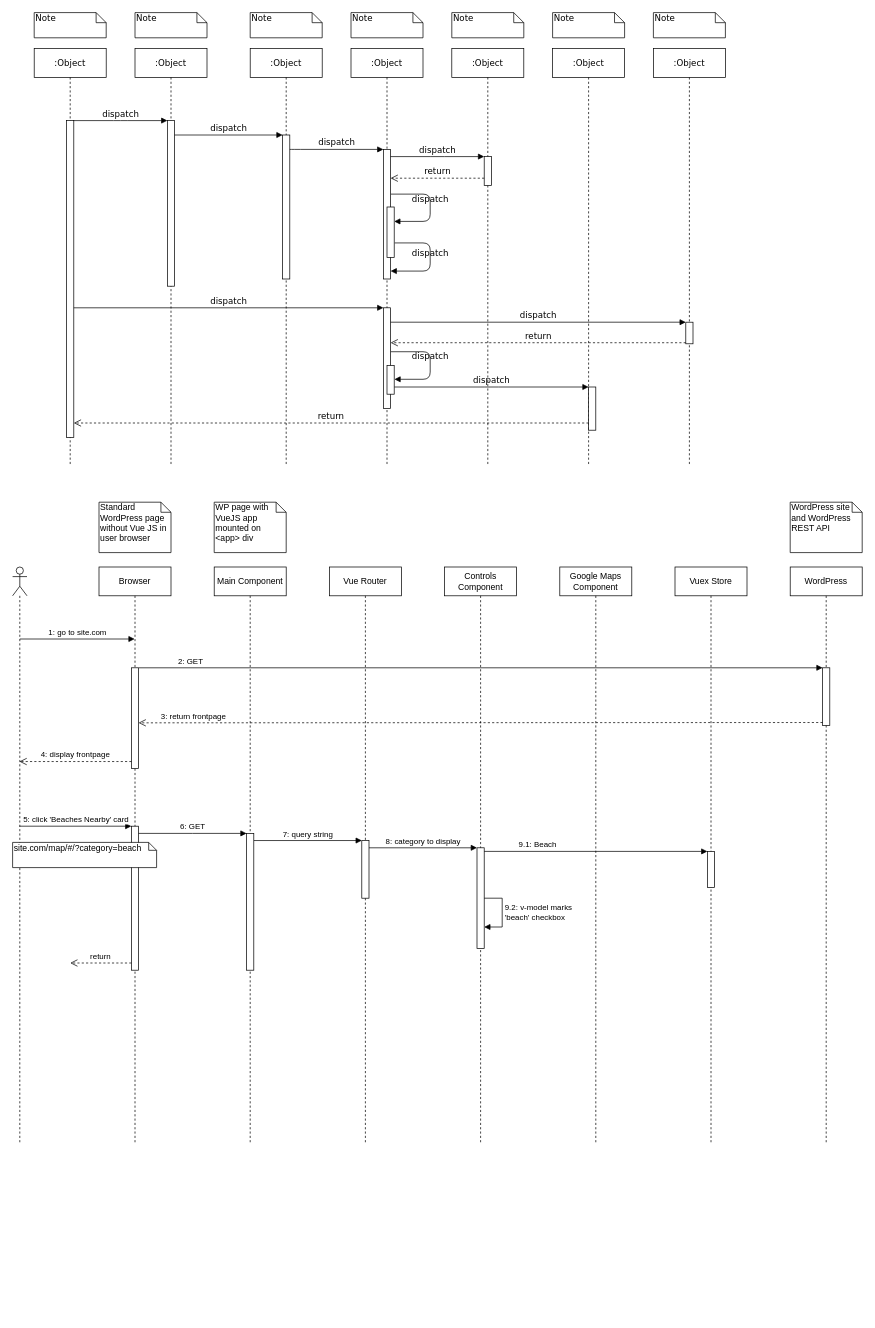
kpoxo6op/docs keeps this draw.io diagram as welcome-dog.drawio. Above is the earlier version. Source tidied: cells renumbered, new cells numbered last; positions are measured from the earlier drawing's top-left corner, leaving out a move shared by most shapes. Both pictures are drawn from the tidied source at 72%, with x=0, y=0 at pixel (12, 12).
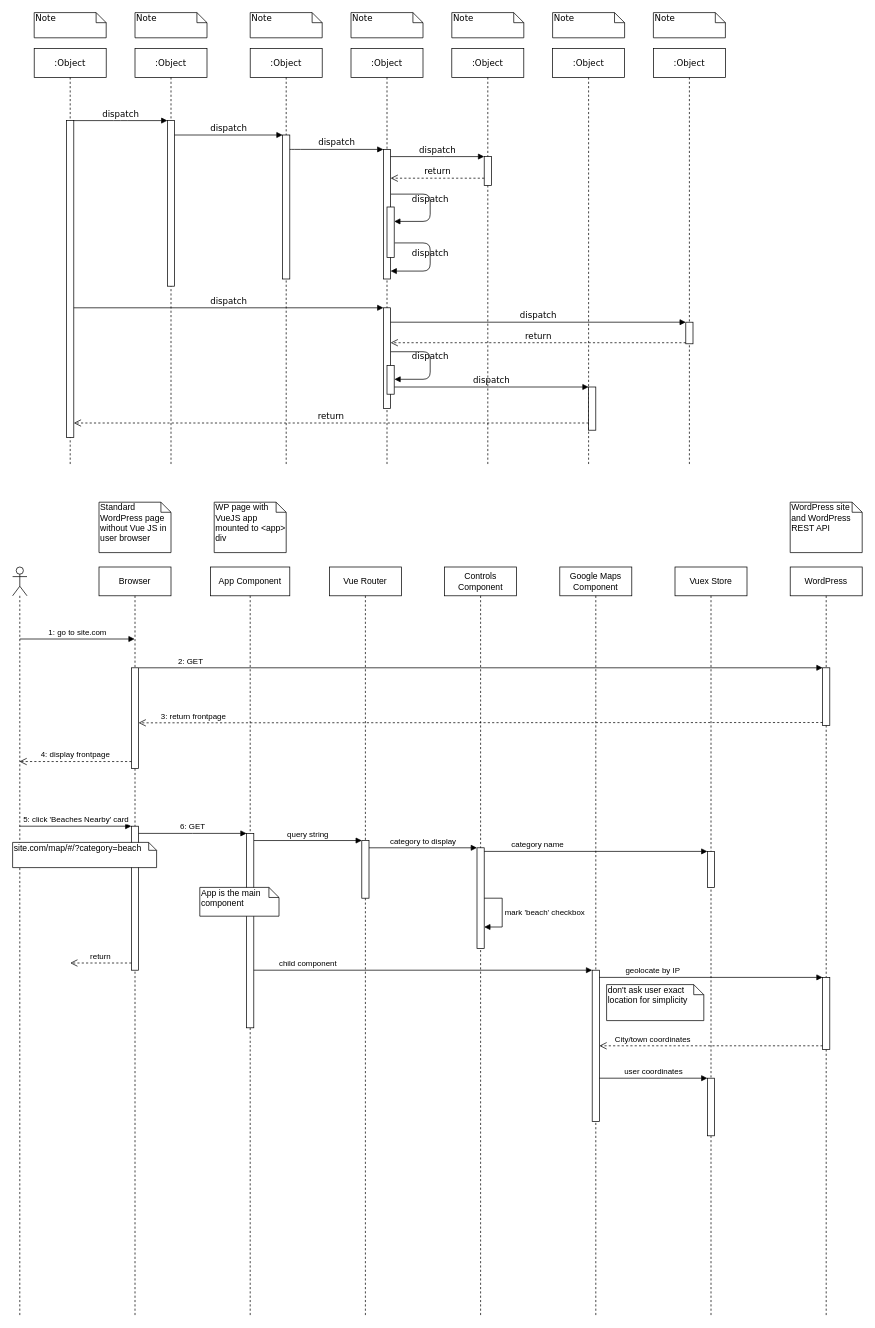
After the change.

The change refers to these unchanged cells:
```xml
<mxCell id="50" style="html=1;points=[];perimeter=orthogonalPerimeter;" parent="49" vertex="1">
  <mxGeometry x="45" y="395" width="10" height="50" as="geometry" />
</mxCell>
<mxCell id="52" style="html=1;points=[];perimeter=orthogonalPerimeter;" parent="51" vertex="1">
  <mxGeometry x="45" y="380" width="10" height="80" as="geometry" />
</mxCell>
<mxCell id="54" style="html=1;points=[];perimeter=orthogonalPerimeter;" parent="53" vertex="1">
  <mxGeometry x="45" y="390" width="10" height="140" as="geometry" />
</mxCell>
```

Change to the diagram source:
```diff
@@
     <mxCell id="40" value="Browser" style="shape=umlLifeline;perimeter=lifelinePerimeter;whiteSpace=wrap;html=1;outlineConnect=0;" parent="1" vertex="1">
-      <mxGeometry x="120" y="770" width="100" height="800" as="geometry" />
+      <mxGeometry x="120" y="770" width="100" height="1040" as="geometry" />
     </mxCell>
@@
     <mxCell id="44" value="WordPress" style="shape=umlLifeline;perimeter=lifelinePerimeter;whiteSpace=wrap;html=1;" parent="1" vertex="1">
-      <mxGeometry x="1080" y="770" width="100" height="800" as="geometry" />
+      <mxGeometry x="1080" y="770" width="100" height="1040" as="geometry" />
     </mxCell>
@@
+    <mxCell id="69" style="html=1;points=[];perimeter=orthogonalPerimeter;" parent="44" vertex="1">
+      <mxGeometry x="45" y="570" width="10" height="100" as="geometry" />
+    </mxCell>
@@
     <mxCell id="49" value="Vuex Store" style="shape=umlLifeline;perimeter=lifelinePerimeter;whiteSpace=wrap;html=1;" parent="1" vertex="1">
-      <mxGeometry x="920" y="770" width="100" height="800" as="geometry" />
+      <mxGeometry x="920" y="770" width="100" height="1040" as="geometry" />
     </mxCell>
@@
+    <mxCell id="70" style="html=1;points=[];perimeter=orthogonalPerimeter;" parent="49" vertex="1">
+      <mxGeometry x="45" y="710" width="10" height="80" as="geometry" />
+    </mxCell>
     <mxCell id="51" value="Vue Router" style="shape=umlLifeline;perimeter=lifelinePerimeter;whiteSpace=wrap;html=1;" parent="1" vertex="1">
-      <mxGeometry x="440" y="770" width="100" height="800" as="geometry" />
+      <mxGeometry x="440" y="770" width="100" height="1040" as="geometry" />
     </mxCell>
@@
     <mxCell id="53" value="Controls Component" style="shape=umlLifeline;perimeter=lifelinePerimeter;whiteSpace=wrap;html=1;" parent="1" vertex="1">
-      <mxGeometry x="600" y="770" width="100" height="800" as="geometry" />
+      <mxGeometry x="600" y="770" width="100" height="1040" as="geometry" />
     </mxCell>
@@
-    <mxCell id="55" value="&lt;div&gt;9.2: v-model marks&lt;/div&gt;&lt;div&gt;'beach' checkbox&lt;/div&gt;" style="edgeStyle=orthogonalEdgeStyle;html=1;align=left;spacingLeft=2;endArrow=block;rounded=0;" parent="53" edge="1" source="54" target="54">
+    <mxCell id="55" value="&lt;div&gt;mark 'beach' checkbox&lt;/div&gt;" style="edgeStyle=orthogonalEdgeStyle;html=1;align=left;spacingLeft=2;endArrow=block;rounded=0;" parent="53" edge="1" source="54" target="54">
       <mxGeometry relative="1" as="geometry">
         <Array as="points">
           <mxPoint x="80" y="460" />
           <mxPoint x="80" y="500" />
         </Array>
       </mxGeometry>
     </mxCell>
     <mxCell id="56" value="Google Maps Component" style="shape=umlLifeline;perimeter=lifelinePerimeter;whiteSpace=wrap;html=1;" parent="1" vertex="1">
-      <mxGeometry x="760" y="770" width="100" height="800" as="geometry" />
+      <mxGeometry x="760" y="770" width="100" height="1040" as="geometry" />
     </mxCell>
+    <mxCell id="71" style="html=1;points=[];perimeter=orthogonalPerimeter;" parent="56" vertex="1">
+      <mxGeometry x="45" y="560" width="10" height="210" as="geometry" />
+    </mxCell>
-    <mxCell id="57" value="8: category to display" style="html=1;verticalAlign=bottom;endArrow=block;entryX=0;entryY=0;" parent="1" edge="1" source="52" target="54">
+    <mxCell id="57" value="category to display" style="html=1;verticalAlign=bottom;endArrow=block;entryX=0;entryY=0;" parent="1" edge="1" source="52" target="54">
       <mxGeometry relative="1" as="geometry" />
     </mxCell>
     <mxCell id="58" style="shape=umlLifeline;participant=umlActor;perimeter=lifelinePerimeter;whiteSpace=wrap;html=1;verticalAlign=top;spacingTop=36;outlineConnect=0;" parent="1" vertex="1">
-      <mxGeometry y="770" width="20" height="800" as="geometry" />
+      <mxGeometry y="770" width="20" height="1040" as="geometry" />
     </mxCell>
@@
-    <mxCell id="60" value="7: query string" style="html=1;verticalAlign=bottom;endArrow=block;entryX=0.004;entryY=-0.001;entryDx=0;entryDy=0;entryPerimeter=0;" parent="1" edge="1" source="65" target="52">
+    <mxCell id="60" value="query string" style="html=1;verticalAlign=bottom;endArrow=block;entryX=0.004;entryY=-0.001;entryDx=0;entryDy=0;entryPerimeter=0;" parent="1" edge="1" source="65" target="52">
       <mxGeometry relative="1" as="geometry" />
     </mxCell>
@@
-    <mxCell id="63" value="9.1: Beach" style="html=1;verticalAlign=bottom;endArrow=block;entryX=0;entryY=0;" parent="1" edge="1" source="54" target="50">
+    <mxCell id="63" value="category name" style="html=1;verticalAlign=bottom;endArrow=block;entryX=0;entryY=0;" parent="1" edge="1" source="54" target="50">
       <mxGeometry x="-0.52" relative="1" as="geometry" />
     </mxCell>
-    <mxCell id="64" value="Main Component" style="shape=umlLifeline;perimeter=lifelinePerimeter;whiteSpace=wrap;html=1;" parent="1" vertex="1">
-      <mxGeometry x="280" y="770" width="100" height="800" as="geometry" />
+    <mxCell id="64" value="App Component" style="shape=umlLifeline;perimeter=lifelinePerimeter;whiteSpace=wrap;html=1;" parent="1" vertex="1">
+      <mxGeometry x="275" y="770" width="110" height="1040" as="geometry" />
     </mxCell>
     <mxCell id="65" style="html=1;points=[];perimeter=orthogonalPerimeter;" parent="64" vertex="1">
-      <mxGeometry x="45" y="370" width="10" height="190" as="geometry" />
+      <mxGeometry x="50" y="370" width="10" height="270" as="geometry" />
     </mxCell>
+    <mxCell id="72" value="App is the main component" style="shape=note;whiteSpace=wrap;html=1;size=14;verticalAlign=top;align=left;spacingTop=-6;" parent="64" vertex="1">
+      <mxGeometry x="-15" y="445" width="110" height="40" as="geometry" />
+    </mxCell>
-    <mxCell id="66" value="WP page with VueJS app mounted on &amp;lt;app&amp;gt; div" style="shape=note;whiteSpace=wrap;html=1;size=14;verticalAlign=top;align=left;spacingTop=-6;" parent="1" vertex="1">
+    <mxCell id="66" value="WP page with VueJS app mounted to &amp;lt;app&amp;gt; div" style="shape=note;whiteSpace=wrap;html=1;size=14;verticalAlign=top;align=left;spacingTop=-6;" parent="1" vertex="1">
       <mxGeometry x="280" y="680" width="100" height="70" as="geometry" />
     </mxCell>
@@
+    <mxCell id="73" value="child component" style="html=1;verticalAlign=bottom;endArrow=block;entryX=0;entryY=0;" parent="1" edge="1" source="65" target="71">
+      <mxGeometry x="-0.68" relative="1" as="geometry" />
+    </mxCell>
+    <mxCell id="74" value="geolocate by IP" style="html=1;verticalAlign=bottom;endArrow=block;entryX=0;entryY=0;" parent="1" edge="1" source="71" target="69">
+      <mxGeometry x="-0.52" relative="1" as="geometry" />
+    </mxCell>
+    <mxCell id="75" value="City/town coordinates" style="html=1;verticalAlign=bottom;endArrow=open;dashed=1;endSize=8;exitX=0;exitY=0.95;" parent="1" edge="1" source="69" target="71">
+      <mxGeometry x="0.52" relative="1" as="geometry" />
+    </mxCell>
+    <mxCell id="76" value="don't ask user exact location for simplicity" style="shape=note;whiteSpace=wrap;html=1;size=14;verticalAlign=top;align=left;spacingTop=-6;" parent="1" vertex="1">
+      <mxGeometry x="825" y="1350" width="135" height="50" as="geometry" />
+    </mxCell>
+    <mxCell id="77" value="user coordinates" style="html=1;verticalAlign=bottom;endArrow=block;entryX=0;entryY=0;" parent="1" edge="1" source="71" target="70">
+      <mxGeometry relative="1" as="geometry" />
+    </mxCell>
```
